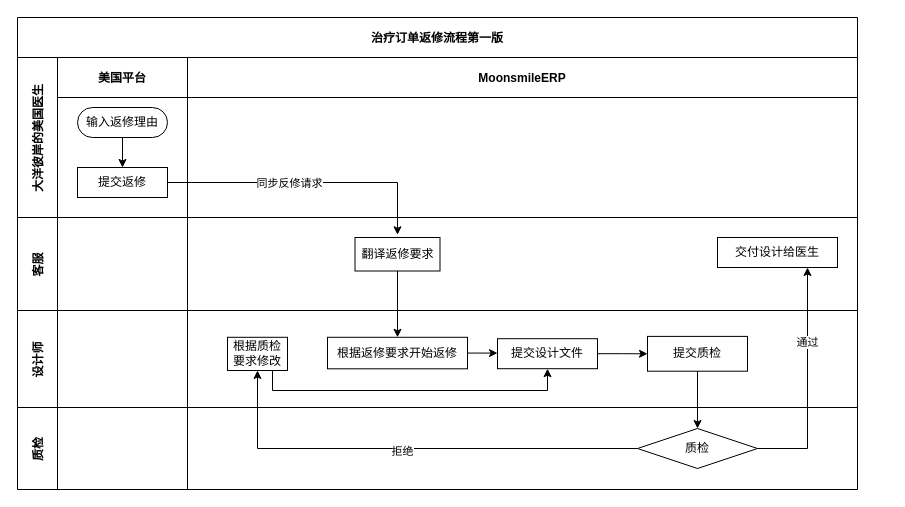
Before: page "第一版" (1 of 2) of Untitled Diagram.drawio in laggage/markdown-it-attrs, a draw.io diagram. Source tidied: cells renumbered, new cells numbered last; positions are measured from the earlier drawing's top-left corner, leaving out a move shared by most shapes. Both pictures are drawn from the tidied source at 100%, with x=0, y=0 at pixel (17, 17).
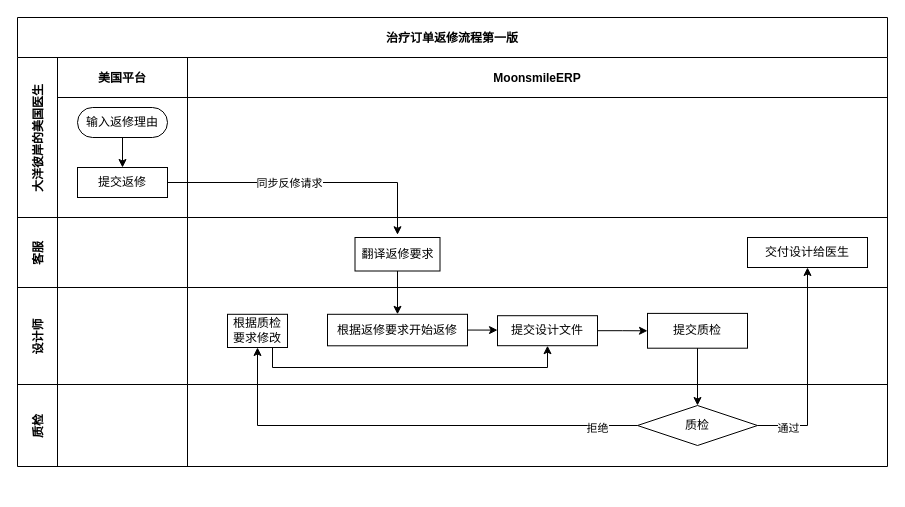
Above is the later version.

The change refers to these unchanged cells:
```xml
<mxCell id="27" value="质检" style="rhombus;whiteSpace=wrap;html=1;" parent="26" vertex="1">
  <mxGeometry x="450" y="21" width="120" height="40" as="geometry" />
</mxCell>
<mxCell id="32" style="edgeStyle=orthogonalEdgeStyle;rounded=0;jettySize=auto;html=1;entryX=0.5;entryY=1;entryDx=0;entryDy=0;exitX=0;exitY=0.5;exitDx=0;exitDy=0;" parent="2" edge="1" source="27" target="23">
  <mxGeometry relative="1" as="geometry" />
</mxCell>
```

The edit, as a diff of the source:
```diff
@@
     <mxCell id="2" value="治疗订单返修流程第一版" style="shape=table;childLayout=tableLayout;startSize=40;fillColor=none;fontStyle=1;" parent="1" vertex="1">
-      <mxGeometry width="840" height="472" as="geometry" />
+      <mxGeometry width="870" height="449" as="geometry" />
     </mxCell>
     <mxCell id="3" value="大洋彼岸的美国医生" style="shape=tableRow;horizontal=0;swimlaneHead=0;swimlaneBody=0;top=0;left=0;bottom=0;right=0;fillColor=none;startSize=40;fontStyle=1;" parent="2" vertex="1">
-      <mxGeometry y="40" width="840" height="160" as="geometry" />
+      <mxGeometry y="40" width="870" height="160" as="geometry" />
     </mxCell>
@@
     <mxCell id="8" value="MoonsmileERP" style="swimlane;swimlaneHead=0;swimlaneBody=0;fillColor=none;startSize=40;fontStyle=1;" parent="3" vertex="1">
-      <mxGeometry x="170" width="670" height="160" as="geometry" />
+      <mxGeometry x="170" width="700" height="160" as="geometry" />
     </mxCell>
     <mxCell id="9" value="客服" style="shape=tableRow;horizontal=0;swimlaneHead=0;swimlaneBody=0;top=0;left=0;bottom=0;right=0;fillColor=none;startSize=40;fontStyle=1;" parent="2" vertex="1">
-      <mxGeometry y="200" width="840" height="93" as="geometry" />
+      <mxGeometry y="200" width="870" height="70" as="geometry" />
     </mxCell>
     <mxCell id="10" style="swimlane;swimlaneHead=0;swimlaneBody=0;fillColor=none;startSize=0;fontStyle=1;" parent="9" vertex="1">
-      <mxGeometry x="40" width="130" height="93" as="geometry" />
+      <mxGeometry x="40" width="130" height="70" as="geometry" />
     </mxCell>
     <mxCell id="11" style="swimlane;swimlaneHead=0;swimlaneBody=0;fillColor=none;startSize=0;fontStyle=1;" parent="9" vertex="1">
-      <mxGeometry x="170" width="670" height="93" as="geometry" />
+      <mxGeometry x="170" width="700" height="70" as="geometry" />
     </mxCell>
@@
     <mxCell id="13" value="交付设计给医生" style="rounded=0;whiteSpace=wrap;html=1;" parent="11" vertex="1">
-      <mxGeometry x="530" y="20" width="120" height="30" as="geometry" />
+      <mxGeometry x="560" y="20" width="120" height="30" as="geometry" />
     </mxCell>
     <mxCell id="14" value="设计师" style="shape=tableRow;horizontal=0;swimlaneHead=0;swimlaneBody=0;top=0;left=0;bottom=0;right=0;fillColor=none;startSize=40;fontStyle=1;" parent="2" vertex="1">
-      <mxGeometry y="293" width="840" height="97" as="geometry" />
+      <mxGeometry y="270" width="870" height="97" as="geometry" />
     </mxCell>
@@
     <mxCell id="16" style="swimlane;swimlaneHead=0;swimlaneBody=0;fillColor=none;startSize=0;fontStyle=1;" parent="14" vertex="1">
-      <mxGeometry x="170" width="670" height="97" as="geometry" />
+      <mxGeometry x="170" width="700" height="97" as="geometry" />
     </mxCell>
@@
     <mxCell id="24" value="质检" style="shape=tableRow;horizontal=0;swimlaneHead=0;swimlaneBody=0;top=0;left=0;bottom=0;right=0;fillColor=none;startSize=40;fontStyle=1;" parent="2" vertex="1">
-      <mxGeometry y="390" width="840" height="82" as="geometry" />
+      <mxGeometry y="367" width="870" height="82" as="geometry" />
     </mxCell>
@@
     <mxCell id="26" style="swimlane;swimlaneHead=0;swimlaneBody=0;fillColor=none;startSize=0;fontStyle=1;" parent="24" vertex="1">
-      <mxGeometry x="170" width="670" height="82" as="geometry" />
+      <mxGeometry x="170" width="700" height="82" as="geometry" />
     </mxCell>
@@
     <mxCell id="33" value="拒绝" style="edgeLabel;html=1;align=center;verticalAlign=middle;" parent="32" vertex="1">
-      <mxGeometry x="0.03" y="2" relative="1" as="geometry" />
+      <mxGeometry x="0.03" y="2" relative="1" as="geometry">
+        <mxPoint x="195" as="offset" />
+      </mxGeometry>
     </mxCell>
-    <mxCell id="34" style="edgeStyle=orthogonalEdgeStyle;rounded=0;jettySize=auto;html=1;entryX=0.75;entryY=1;entryDx=0;entryDy=0;exitX=1;exitY=0.5;exitDx=0;exitDy=0;" parent="2" edge="1" source="27" target="13">
+    <mxCell id="34" style="edgeStyle=orthogonalEdgeStyle;rounded=0;jettySize=auto;html=1;entryX=0.5;entryY=1;entryDx=0;entryDy=0;exitX=1;exitY=0.5;exitDx=0;exitDy=0;" parent="2" edge="1" source="27" target="13">
       <mxGeometry relative="1" as="geometry">
         <Array as="points">
-          <mxPoint x="790" y="431" />
+          <mxPoint x="790" y="408" />
         </Array>
       </mxGeometry>
     </mxCell>
     <mxCell id="35" value="通过" style="edgeLabel;html=1;align=center;verticalAlign=middle;" parent="34" vertex="1">
-      <mxGeometry x="0.36" y="1" relative="1" as="geometry" />
+      <mxGeometry x="0.36" y="1" relative="1" as="geometry">
+        <mxPoint x="-19" y="93" as="offset" />
+      </mxGeometry>
     </mxCell>
@@
+    <mxCell id="37" parent="0" />
```
